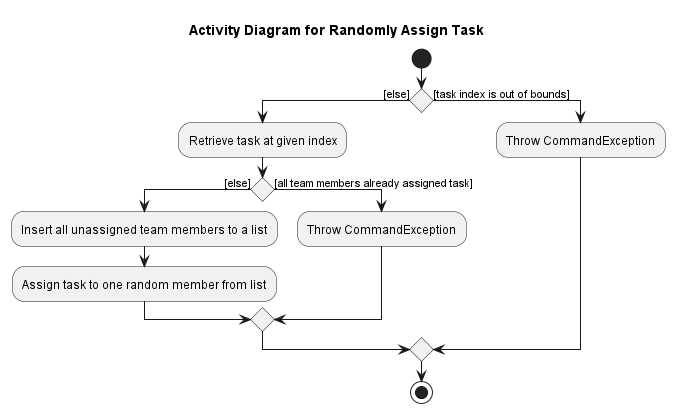
The PlantUML diagram docs/images/RandomlyAssignTaskActivityDiagram.png in nus-cs2103-AY2223S1/tp, before a commit.
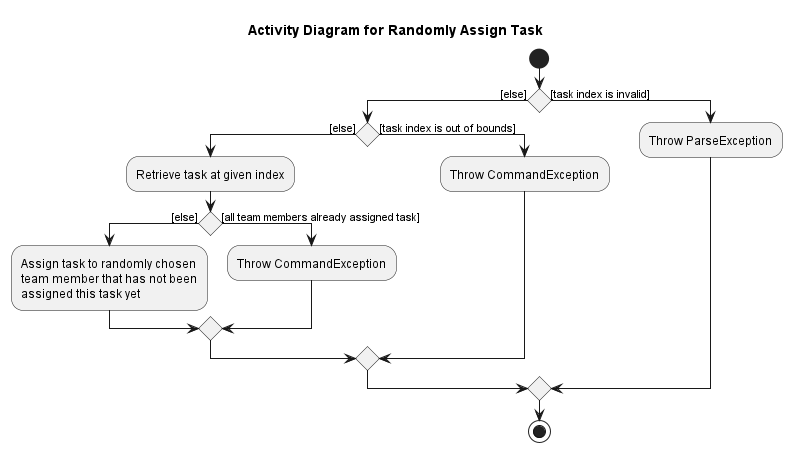
After the commit.

Commit message:
Update Randomly Assign Task DG entry based on PR

Change to the diagram source:
```diff
@@ -4,15 +4,20 @@
 title Activity Diagram for Randomly Assign Task
 
 if () then ([else])
-    :Retrieve task at given index;
     if () then ([else])
-        :Insert all unassigned team members to a list;
-        :Assign task to one random member from list;
-    else ([all team members already assigned task])
-        :Throw CommandException;
+        :Retrieve task at given index;
+        if () then ([else])
+            :Assign task to randomly chosen
+            team member that has not been
+            assigned this task yet;
+        else ([all team members already assigned task])
+            :Throw CommandException;
+        endif
+    else ([task index is out of bounds])
+            :Throw CommandException;
     endif
-else ([task index is out of bounds])
-    :Throw CommandException;
+else ([task index is invalid])
+    :Throw ParseException;
 endif
 stop
 @enduml
```
